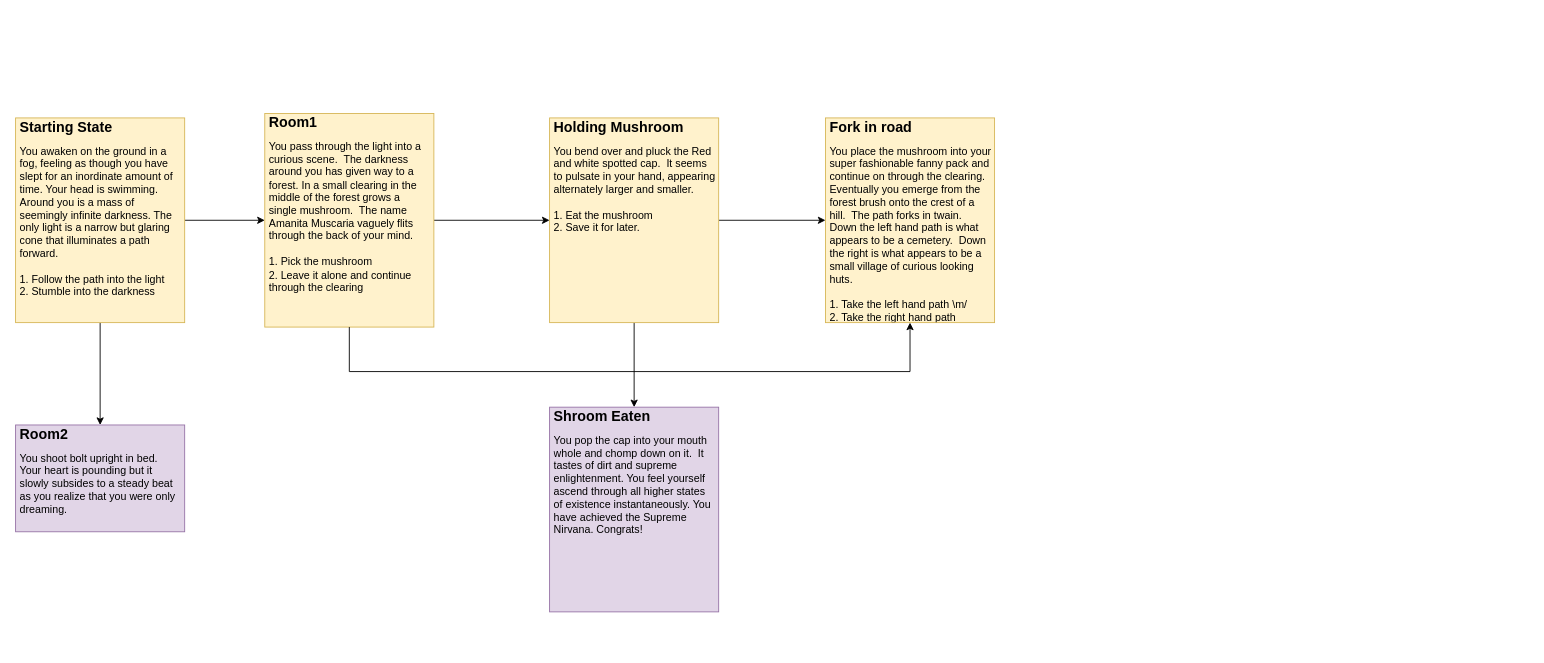
The draw.io diagram Untitled Diagram.drawio in jtellis80/Unity-2D, before the edit. Source tidied: cells renumbered, new cells numbered last; positions are measured from the earlier drawing's top-left corner, leaving out a move shared by most shapes. Both pictures are drawn from the tidied source at 89%, with x=0, y=0 at pixel (15, 113).
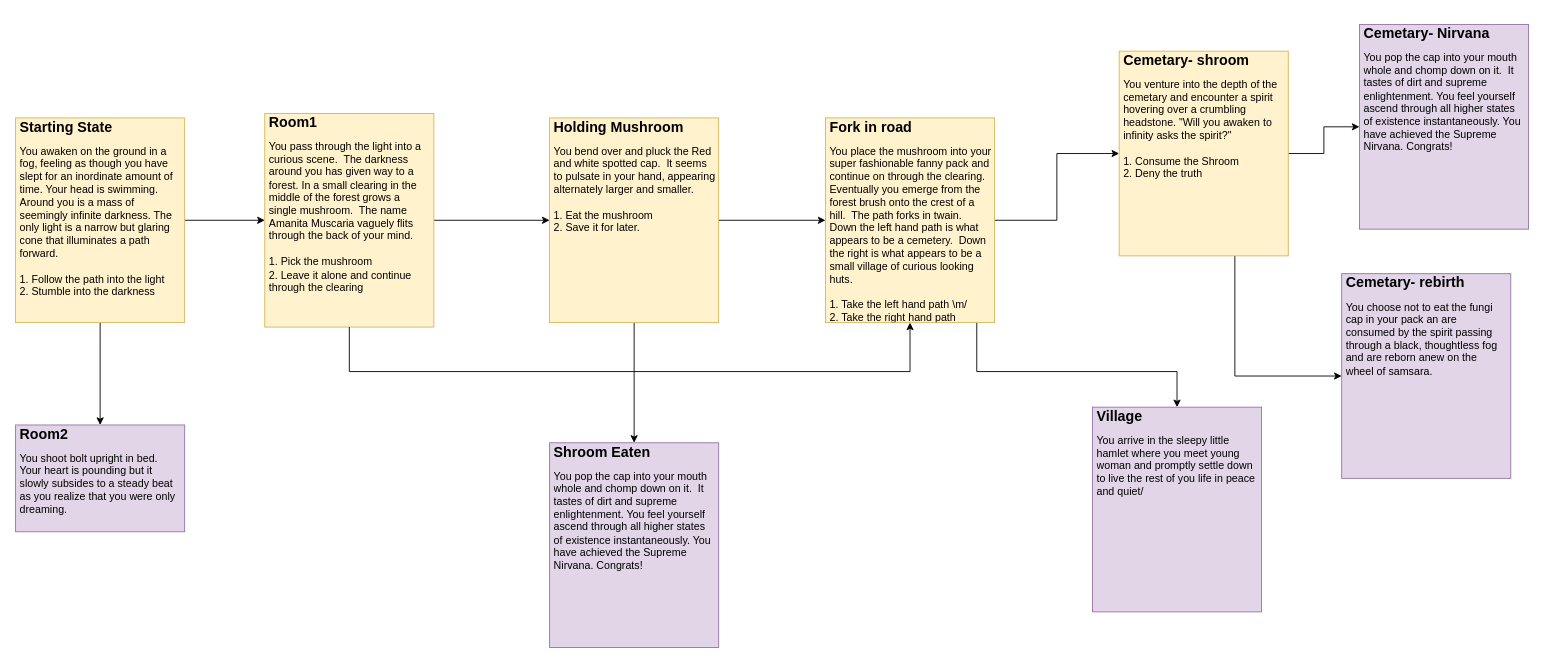
The same diagram, later.

The change refers to these unchanged cells:
```xml
<mxCell id="11" value="&lt;h1 style=&quot;font-size: 16px&quot;&gt;Fork in road&lt;/h1&gt;&lt;div&gt;You place the mushroom into your super fashionable fanny pack and continue on through the clearing.&amp;nbsp; Eventually you emerge from the forest brush onto the crest of a hill.&amp;nbsp; The path forks in twain. Down the left hand path is what appears to be a cemetery.&amp;nbsp; Down the right is what appears to be a small village of curious looking huts.&lt;/div&gt;&lt;div&gt;&lt;br&gt;&lt;/div&gt;&lt;div&gt;1. Take the left hand path \m/&lt;/div&gt;&lt;div&gt;2. Take the right hand path&lt;/div&gt;" style="text;html=1;strokeColor=#d6b656;fillColor=#fff2cc;spacing=5;spacingTop=-20;whiteSpace=wrap;overflow=hidden;rounded=0;comic=0;glass=0;labelBorderColor=none;perimeterSpacing=0;direction=west;" parent="1" vertex="1">
  <mxGeometry x="910" y="5" width="190" height="230" as="geometry" />
</mxCell>
```

Change to the diagram source:
```diff
@@
+    <mxCell id="14" style="edgeStyle=orthogonalEdgeStyle;rounded=0;jettySize=auto;html=1;" parent="1" edge="1" source="11" target="18">
+      <mxGeometry relative="1" as="geometry" />
+    </mxCell>
+    <mxCell id="15" style="edgeStyle=orthogonalEdgeStyle;rounded=0;jettySize=auto;html=1;" parent="1" edge="1" source="11" target="19">
+      <mxGeometry relative="1" as="geometry">
+        <Array as="points">
+          <mxPoint x="1080" y="290" />
+          <mxPoint x="1305" y="290" />
+        </Array>
+      </mxGeometry>
+    </mxCell>
@@
     <mxCell id="12" value="&lt;h1 style=&quot;font-size: 16px&quot;&gt;Shroom Eaten&lt;/h1&gt;&lt;div&gt;You pop the cap into your mouth whole and chomp down on it.&amp;nbsp; It tastes of dirt and supreme enlightenment. You feel yourself ascend through all higher states of existence instantaneously. You have achieved the Supreme Nirvana. Congrats!&lt;/div&gt;" style="text;html=1;strokeColor=#9673a6;fillColor=#e1d5e7;spacing=5;spacingTop=-20;whiteSpace=wrap;overflow=hidden;rounded=0;comic=0;glass=0;labelBorderColor=none;perimeterSpacing=0;direction=west;" parent="1" vertex="1">
-      <mxGeometry x="600" y="330" width="190" height="230" as="geometry" />
+      <mxGeometry x="600" y="370" width="190" height="230" as="geometry" />
     </mxCell>
@@
+    <mxCell id="16" style="edgeStyle=orthogonalEdgeStyle;rounded=0;jettySize=auto;html=1;" parent="1" edge="1" source="18" target="20">
+      <mxGeometry relative="1" as="geometry" />
+    </mxCell>
+    <mxCell id="17" style="edgeStyle=orthogonalEdgeStyle;rounded=0;jettySize=auto;html=1;" parent="1" edge="1" source="18" target="21">
+      <mxGeometry relative="1" as="geometry">
+        <Array as="points">
+          <mxPoint x="1370" y="295" />
+        </Array>
+      </mxGeometry>
+    </mxCell>
+    <mxCell id="18" value="&lt;h1 style=&quot;font-size: 16px&quot;&gt;Cemetary- shroom&lt;/h1&gt;&lt;div&gt;You venture into the depth of the cemetary and encounter a spirit hovering over a crumbling headstone. &quot;Will you awaken to infinity asks the spirit?&quot;&lt;/div&gt;&lt;div&gt;&lt;br&gt;&lt;/div&gt;&lt;div&gt;1. Consume the Shroom&lt;/div&gt;&lt;div&gt;2. Deny the truth&lt;/div&gt;" style="text;html=1;strokeColor=#d6b656;fillColor=#fff2cc;spacing=5;spacingTop=-20;whiteSpace=wrap;overflow=hidden;rounded=0;comic=0;glass=0;labelBorderColor=none;perimeterSpacing=0;direction=west;" parent="1" vertex="1">
+      <mxGeometry x="1240" y="-70" width="190" height="230" as="geometry" />
+    </mxCell>
+    <mxCell id="19" value="&lt;h1 style=&quot;font-size: 16px&quot;&gt;Village&lt;/h1&gt;&lt;div&gt;You arrive in the sleepy little hamlet where you meet young woman and promptly settle down to live the rest of you life in peace and quiet/&lt;/div&gt;" style="text;html=1;strokeColor=#9673a6;fillColor=#e1d5e7;spacing=5;spacingTop=-20;whiteSpace=wrap;overflow=hidden;rounded=0;comic=0;glass=0;labelBorderColor=none;perimeterSpacing=0;direction=west;" parent="1" vertex="1">
+      <mxGeometry x="1210" y="330" width="190" height="230" as="geometry" />
+    </mxCell>
+    <mxCell id="20" value="&lt;h1 style=&quot;font-size: 16px&quot;&gt;Cemetary- Nirvana&lt;/h1&gt;&lt;div&gt;You pop the cap into your mouth whole and chomp down on it.&amp;nbsp; It tastes of dirt and supreme enlightenment. You feel yourself ascend through all higher states of existence instantaneously. You have achieved the Supreme Nirvana. Congrats!&lt;br&gt;&lt;/div&gt;" style="text;html=1;strokeColor=#9673a6;fillColor=#e1d5e7;spacing=5;spacingTop=-20;whiteSpace=wrap;overflow=hidden;rounded=0;comic=0;glass=0;labelBorderColor=none;perimeterSpacing=0;direction=west;" parent="1" vertex="1">
+      <mxGeometry x="1510" y="-100" width="190" height="230" as="geometry" />
+    </mxCell>
+    <mxCell id="21" value="&lt;h1 style=&quot;font-size: 16px&quot;&gt;Cemetary- rebirth&lt;/h1&gt;&lt;div&gt;You choose not to eat the fungi cap in your pack an are consumed by the spirit passing through a black, thoughtless fog and are reborn anew on the wheel of samsara.&lt;/div&gt;" style="text;html=1;strokeColor=#9673a6;fillColor=#e1d5e7;spacing=5;spacingTop=-20;whiteSpace=wrap;overflow=hidden;rounded=0;comic=0;glass=0;labelBorderColor=none;perimeterSpacing=0;direction=west;" parent="1" vertex="1">
+      <mxGeometry x="1490" y="180" width="190" height="230" as="geometry" />
+    </mxCell>
```
